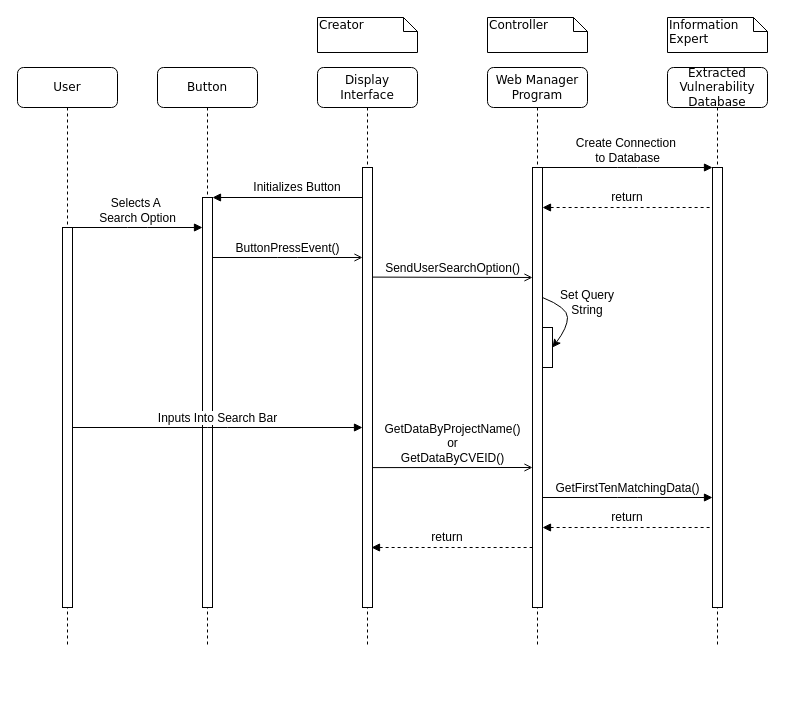
This is Sequence_Project.drawio from critschris/COMP-354, a draw.io file, before an edit. Source tidied: cells renumbered, new cells numbered last; positions are measured from the earlier drawing's top-left corner, leaving out a move shared by most shapes. Both pictures are drawn from the tidied source at 100%, with x=0, y=0 at pixel (17, 17).
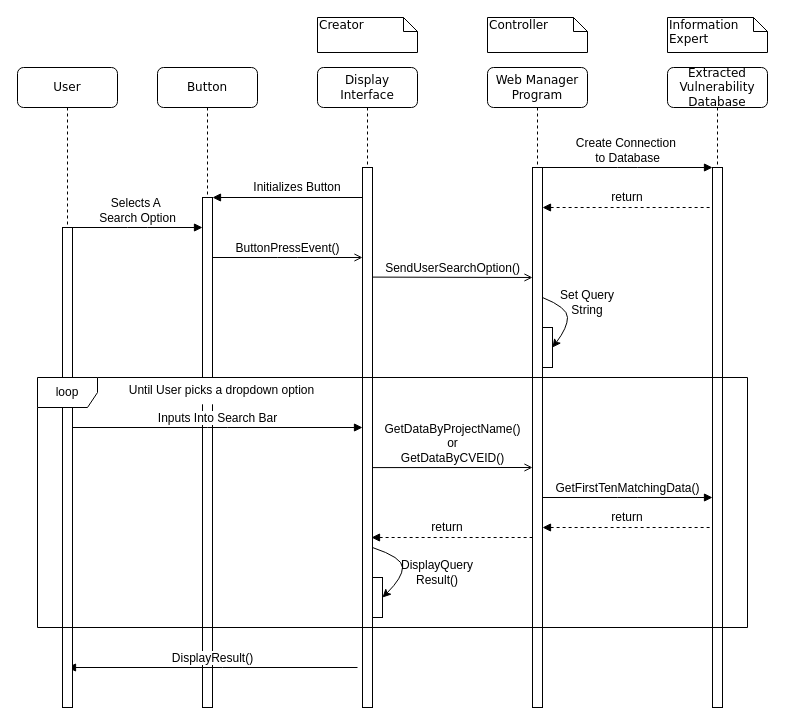
The same page after the edit.

Change to the diagram source:
```diff
@@
     <mxCell id="2" value="Button" style="shape=umlLifeline;perimeter=lifelinePerimeter;whiteSpace=wrap;html=1;rounded=1;shadow=0;comic=0;labelBackgroundColor=none;strokeWidth=1;fontFamily=Verdana;fontSize=12;align=center;" parent="1" vertex="1">
-      <mxGeometry x="140" y="50" width="100" height="580" as="geometry" />
+      <mxGeometry x="140" y="50" width="100" height="640" as="geometry" />
     </mxCell>
     <mxCell id="3" style="html=1;perimeter=orthogonalPerimeter;rounded=0;shadow=0;comic=0;labelBackgroundColor=none;strokeWidth=1;fontFamily=Verdana;fontSize=12;align=center;" parent="2" vertex="1">
-      <mxGeometry x="45" y="130" width="10" height="410" as="geometry" />
+      <mxGeometry x="45" y="130" width="10" height="510" as="geometry" />
     </mxCell>
@@
     <mxCell id="5" value="Display Interface" style="shape=umlLifeline;perimeter=lifelinePerimeter;whiteSpace=wrap;html=1;rounded=1;shadow=0;comic=0;labelBackgroundColor=none;strokeWidth=1;fontFamily=Verdana;fontSize=12;align=center;" parent="1" vertex="1">
-      <mxGeometry x="300" y="50" width="100" height="580" as="geometry" />
+      <mxGeometry x="300" y="50" width="100" height="640" as="geometry" />
     </mxCell>
     <mxCell id="6" style="html=1;perimeter=orthogonalPerimeter;rounded=0;shadow=0;comic=0;labelBackgroundColor=none;strokeWidth=1;fontFamily=Verdana;fontSize=12;align=center;" parent="5" vertex="1">
-      <mxGeometry x="45" y="100" width="10" height="440" as="geometry" />
+      <mxGeometry x="45" y="100" width="10" height="540" as="geometry" />
     </mxCell>
+    <mxCell id="36" style="curved=1;endArrow=classic;html=1;rounded=0;" parent="5" edge="1">
+      <mxGeometry relative="1" as="geometry">
+        <mxPoint x="55" y="480" as="sourcePoint" />
+        <mxPoint x="65" y="530" as="targetPoint" />
+        <Array as="points">
+          <mxPoint x="85" y="490" />
+          <mxPoint x="85" y="510" />
+        </Array>
+      </mxGeometry>
+    </mxCell>
+    <mxCell id="37" style="html=1;perimeter=orthogonalPerimeter;rounded=0;shadow=0;comic=0;labelBackgroundColor=none;strokeWidth=1;fontFamily=Verdana;fontSize=12;align=center;" parent="5" vertex="1">
+      <mxGeometry x="55" y="510" width="10" height="40" as="geometry" />
+    </mxCell>
+    <mxCell id="38" value="&lt;font style=&quot;background-color: light-dark(#ffffff, var(--ge-dark-color, #121212));&quot; face=&quot;Helvetica&quot;&gt;DisplayResult()&lt;/font&gt;" style="html=1;verticalAlign=bottom;endArrow=block;labelBackgroundColor=none;fontFamily=Verdana;fontSize=12;edgeStyle=elbowEdgeStyle;elbow=vertical;" parent="5" edge="1">
+      <mxGeometry relative="1" as="geometry">
+        <mxPoint x="40" y="600" as="sourcePoint" />
+        <mxPoint x="-250" y="600" as="targetPoint" />
+      </mxGeometry>
+    </mxCell>
     <mxCell id="7" value="User" style="shape=umlLifeline;perimeter=lifelinePerimeter;whiteSpace=wrap;html=1;rounded=1;shadow=0;comic=0;labelBackgroundColor=none;strokeWidth=1;fontFamily=Verdana;fontSize=12;align=center;" parent="1" vertex="1">
-      <mxGeometry y="50" width="100" height="580" as="geometry" />
+      <mxGeometry y="50" width="100" height="640" as="geometry" />
     </mxCell>
     <mxCell id="8" style="html=1;perimeter=orthogonalPerimeter;rounded=0;shadow=0;comic=0;labelBackgroundColor=none;strokeWidth=1;fontFamily=Verdana;fontSize=12;align=center;" parent="7" vertex="1">
-      <mxGeometry x="45" y="160" width="10" height="380" as="geometry" />
+      <mxGeometry x="45" y="160" width="10" height="480" as="geometry" />
     </mxCell>
@@
     <mxCell id="11" value="Web Manager&lt;div&gt;Program&lt;/div&gt;" style="shape=umlLifeline;perimeter=lifelinePerimeter;whiteSpace=wrap;html=1;rounded=1;shadow=0;comic=0;labelBackgroundColor=none;strokeWidth=1;fontFamily=Verdana;fontSize=12;align=center;" parent="1" vertex="1">
-      <mxGeometry x="470" y="50" width="100" height="580" as="geometry" />
+      <mxGeometry x="470" y="50" width="100" height="640" as="geometry" />
     </mxCell>
     <mxCell id="12" style="html=1;perimeter=orthogonalPerimeter;rounded=0;shadow=0;comic=0;labelBackgroundColor=none;strokeWidth=1;fontFamily=Verdana;fontSize=12;align=center;" parent="11" vertex="1">
-      <mxGeometry x="45" y="100" width="10" height="440" as="geometry" />
+      <mxGeometry x="45" y="100" width="10" height="540" as="geometry" />
     </mxCell>
@@
-    <mxCell id="19" style="group;" parent="11" vertex="1">
-      <mxGeometry x="-116" y="460" width="161" height="20" as="geometry" />
-    </mxCell>
-    <mxCell id="20" style="endArrow=none;html=1;rounded=0;startArrow=block;startFill=1;dashed=1;" parent="19" edge="1">
-      <mxGeometry relative="1" as="geometry">
-        <mxPoint y="20" as="sourcePoint" />
-        <mxPoint x="161" y="20" as="targetPoint" />
-      </mxGeometry>
-    </mxCell>
-    <mxCell id="21" value="return" style="text;html=1;align=center;verticalAlign=middle;whiteSpace=wrap;rounded=0;" parent="19" vertex="1">
-      <mxGeometry x="46" width="60" height="20" as="geometry" />
-    </mxCell>
@@
     <mxCell id="24" value="&lt;div&gt;Extracted&lt;/div&gt;Vulnerability&lt;div&gt;Database&lt;/div&gt;" style="shape=umlLifeline;perimeter=lifelinePerimeter;whiteSpace=wrap;html=1;rounded=1;shadow=0;comic=0;labelBackgroundColor=none;strokeWidth=1;fontFamily=Verdana;fontSize=12;align=center;" parent="1" vertex="1">
-      <mxGeometry x="650" y="50" width="100" height="580" as="geometry" />
+      <mxGeometry x="650" y="50" width="100" height="640" as="geometry" />
     </mxCell>
     <mxCell id="25" style="html=1;perimeter=orthogonalPerimeter;rounded=0;shadow=0;comic=0;labelBackgroundColor=none;strokeWidth=1;fontFamily=Verdana;fontSize=12;align=center;" parent="24" vertex="1">
-      <mxGeometry x="45" y="100" width="10" height="440" as="geometry" />
+      <mxGeometry x="45" y="100" width="10" height="540" as="geometry" />
     </mxCell>
@@
+    <mxCell id="19" style="group;" parent="1" vertex="1">
+      <mxGeometry x="354" y="500" width="161" height="20" as="geometry" />
+    </mxCell>
+    <mxCell id="20" style="endArrow=none;html=1;rounded=0;startArrow=block;startFill=1;dashed=1;" parent="19" edge="1">
+      <mxGeometry relative="1" as="geometry">
+        <mxPoint y="20" as="sourcePoint" />
+        <mxPoint x="161" y="20" as="targetPoint" />
+      </mxGeometry>
+    </mxCell>
+    <mxCell id="21" value="return" style="text;html=1;align=center;verticalAlign=middle;whiteSpace=wrap;rounded=0;" parent="19" vertex="1">
+      <mxGeometry x="46" width="60" height="20" as="geometry" />
+    </mxCell>
+    <mxCell id="39" value="DisplayQuery&lt;div&gt;Result()&lt;/div&gt;" style="text;html=1;align=center;verticalAlign=middle;whiteSpace=wrap;rounded=0;" parent="1" vertex="1">
+      <mxGeometry x="390" y="540" width="60" height="30" as="geometry" />
+    </mxCell>
+    <mxCell id="40" style="group;" parent="1" vertex="1">
+      <mxGeometry x="20" y="360" width="710" height="250" as="geometry" />
+    </mxCell>
+    <mxCell id="41" value="Until User picks a dropdown option" style="text;html=1;align=center;verticalAlign=middle;whiteSpace=wrap;rounded=0;fillColor=default;" parent="40" vertex="1">
+      <mxGeometry x="60" width="249" height="26.8" as="geometry" />
+    </mxCell>
+    <mxCell id="42" value="loop" style="shape=umlFrame;whiteSpace=wrap;html=1;" parent="40" vertex="1">
+      <mxGeometry width="710" height="250" as="geometry" />
+    </mxCell>
```
